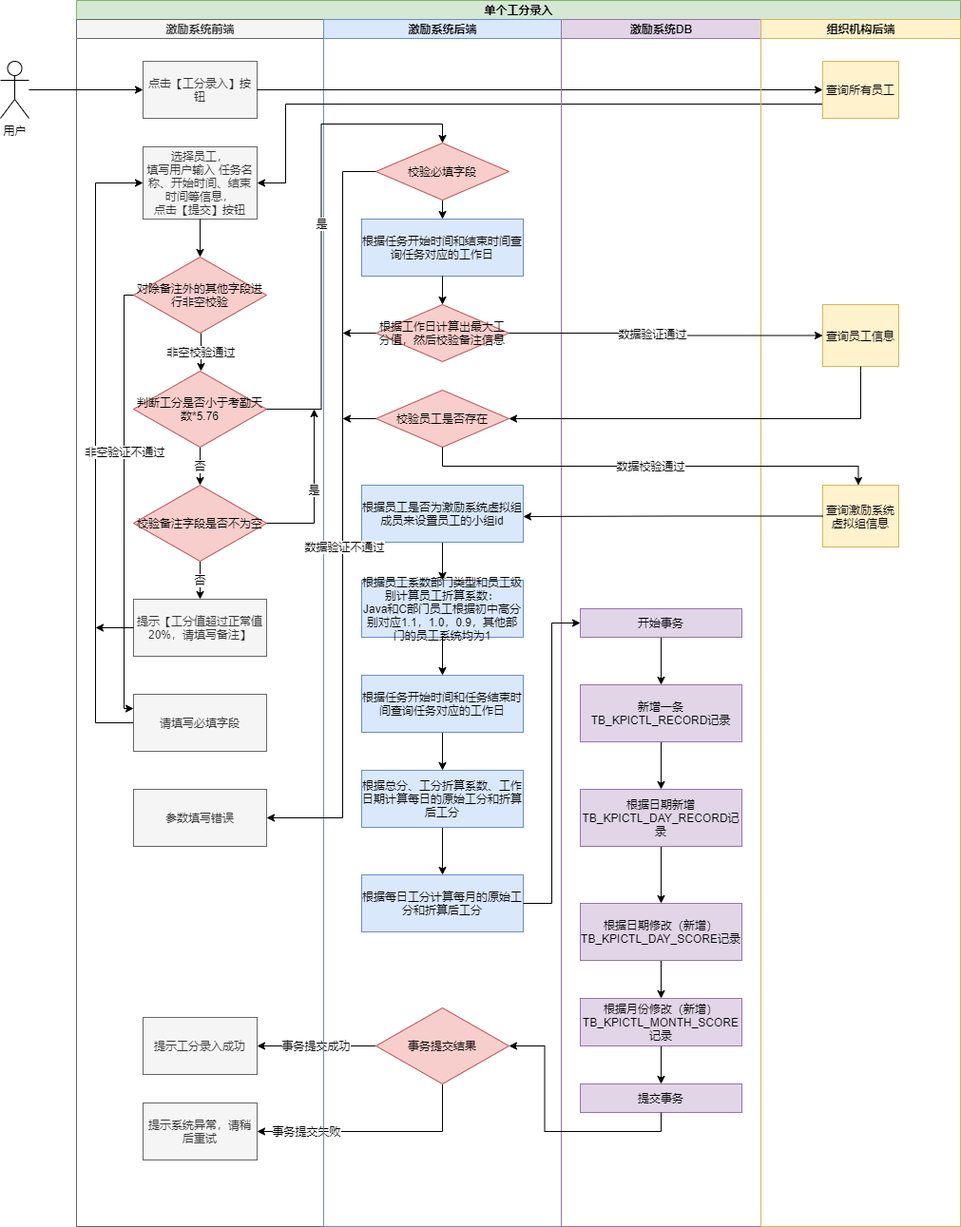
The draw.io diagram 工分录入-单个工分录入.png in julingpu/coffee, before a commit. Source tidied: cells renumbered, new cells last; positions are measured from the earlier drawing's top-left corner, leaving out a move shared by most shapes.
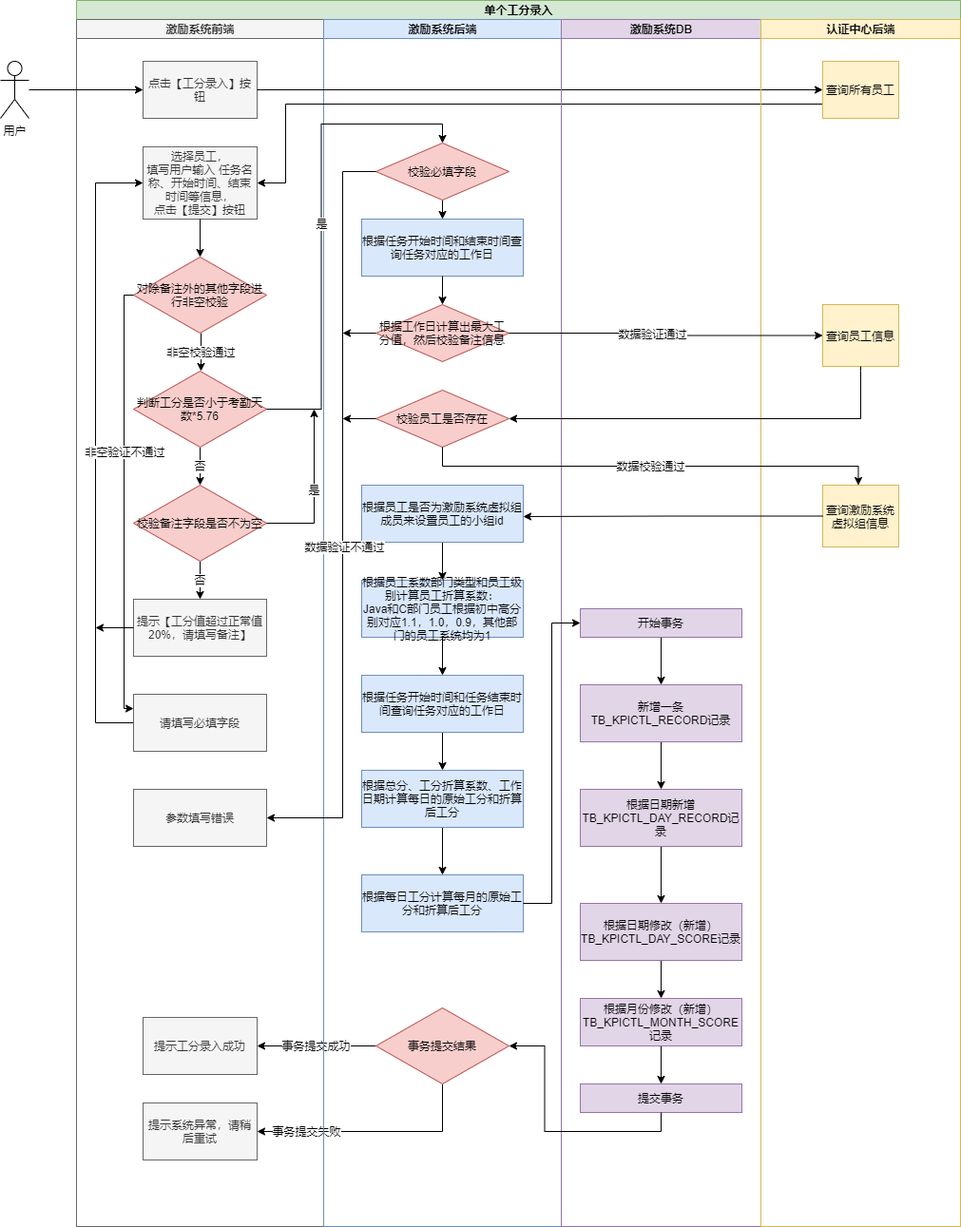
The same file after the commit.

Commit message:
Update 工分录入-单个工分录入.png

Change to the diagram source:
```diff
@@ -178,7 +178,7 @@
     <mxCell id="54" value="提交事务" style="rounded=0;whiteSpace=wrap;html=1;fontFamily=Helvetica;fontSize=12;align=center;fillColor=#e1d5e7;strokeColor=#9673a6;" parent="43" vertex="1">
       <mxGeometry x="20" y="1120" width="170" height="30" as="geometry" />
     </mxCell>
-    <mxCell id="55" value="组织机构后端" style="swimlane;html=1;startSize=20;fillColor=#fff2cc;strokeColor=#d6b656;" parent="2" vertex="1">
+    <mxCell id="55" value="认证中心后端" style="swimlane;html=1;startSize=20;fillColor=#fff2cc;strokeColor=#d6b656;" parent="2" vertex="1">
       <mxGeometry x="720" y="20" width="210" height="1270" as="geometry" />
     </mxCell>
     <mxCell id="56" value="查询所有员工" style="rounded=0;whiteSpace=wrap;html=1;fontFamily=Helvetica;fontSize=12;align=center;fillColor=#fff2cc;strokeColor=#d6b656;" parent="55" vertex="1">
```
